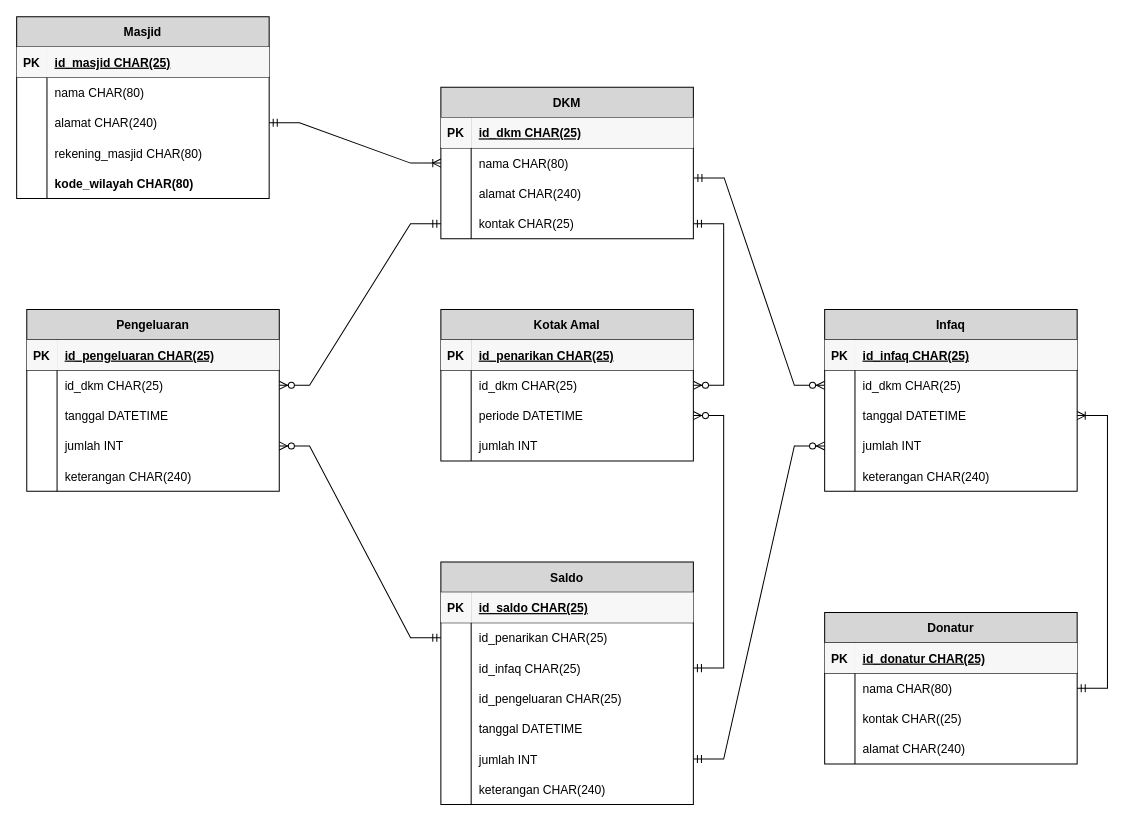
Earlier version of the draw.io diagram pertemuan3/ERD.drawio (rifkymaulana6/IF214002). Source tidied: cells renumbered, new cells numbered last; positions are measured from the earlier drawing's top-left corner, leaving out a move shared by most shapes. Both pictures are drawn from the tidied source at 101%, with x=0, y=0 at pixel (16, 16).
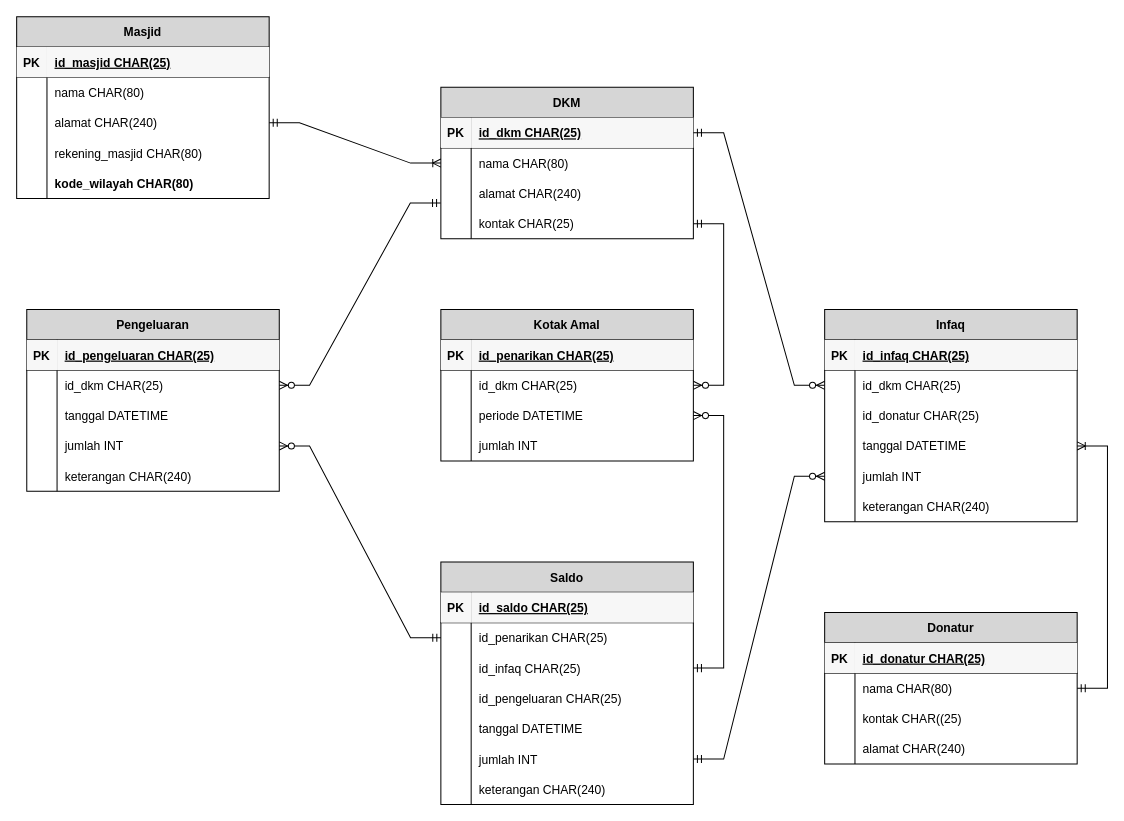
The same page after the edit.

The change refers to these unchanged cells:
```xml
<mxCell id="19" style="shape=partialRectangle;fillColor=none;points=[[0,0.5],[1,0.5]];portConstraint=eastwest;top=0;left=0;right=0;bottom=1;" parent="18" vertex="1">
  <mxGeometry y="30" width="250" height="30" as="geometry" />
</mxCell>
<mxCell id="25" style="shape=partialRectangle;fillColor=none;points=[[0,0.5],[1,0.5]];portConstraint=eastwest;top=0;left=0;right=0;bottom=0;" parent="18" vertex="1">
  <mxGeometry y="90" width="250" height="30" as="geometry" />
</mxCell>
<mxCell id="28" style="shape=partialRectangle;fillColor=none;points=[[0,0.5],[1,0.5]];portConstraint=eastwest;top=0;left=0;right=0;bottom=0;" parent="18" vertex="1">
  <mxGeometry y="120" width="250" height="30" as="geometry" />
</mxCell>
<mxCell id="50" style="shape=partialRectangle;fillColor=none;points=[[0,0.5],[1,0.5]];portConstraint=eastwest;top=0;left=0;right=0;bottom=0;" parent="46" vertex="1">
  <mxGeometry y="60" width="250" height="30" as="geometry" />
</mxCell>
<mxCell id="81" style="shape=partialRectangle;fillColor=none;points=[[0,0.5],[1,0.5]];portConstraint=eastwest;top=0;left=0;right=0;bottom=0;" parent="77" vertex="1">
  <mxGeometry y="60" width="250" height="30" as="geometry" />
</mxCell>
```

The edit, as a diff of the source:
```diff
@@
-    <mxCell id="45" style="edgeStyle=entityRelationEdgeStyle;fontSize=12;html=1;endArrow=ERzeroToMany;startArrow=ERmandOne;rounded=0;exitX=1.002;exitY=-0.011;exitDx=0;exitDy=0;exitPerimeter=0;entryX=0;entryY=0.5;entryDx=0;entryDy=0;" parent="1" edge="1" source="25" target="50">
+    <mxCell id="45" style="edgeStyle=entityRelationEdgeStyle;fontSize=12;html=1;endArrow=ERzeroToMany;startArrow=ERmandOne;rounded=0;entryX=0;entryY=0.5;entryDx=0;entryDy=0;exitX=1;exitY=0.5;exitDx=0;exitDy=0;" parent="1" edge="1" source="19" target="50">
       <mxGeometry relative="1" as="geometry" />
     </mxCell>
     <mxCell id="46" value="Infaq" style="shape=table;startSize=30;childLayout=tableLayout;rowLines=0;fontStyle=1;align=center;fillColor=#D6D6D6;" parent="1" vertex="1">
-      <mxGeometry x="800" y="290" width="250" height="180" as="geometry" />
+      <mxGeometry x="800" y="290" width="250" height="210" as="geometry" />
     </mxCell>
@@
+    <mxCell id="119" style="shape=partialRectangle;fillColor=none;top=0;left=0;right=0;bottom=0;" parent="46" vertex="1">
+      <mxGeometry y="90" width="250" height="30" as="geometry" />
+    </mxCell>
+    <mxCell id="120" style="shape=partialRectangle;overflow=hidden;fillColor=none;top=0;left=0;bottom=0;right=0;" parent="119" vertex="1">
+      <mxGeometry width="30" height="30" as="geometry" />
+    </mxCell>
+    <mxCell id="121" value="id_donatur CHAR(25)" style="shape=partialRectangle;overflow=hidden;fillColor=none;top=0;left=0;bottom=0;right=0;align=left;spacingLeft=6;" parent="119" vertex="1">
+      <mxGeometry x="30" width="220" height="30" as="geometry" />
+    </mxCell>
     <mxCell id="53" style="shape=partialRectangle;fillColor=none;points=[[0,0.5],[1,0.5]];portConstraint=eastwest;top=0;left=0;right=0;bottom=0;" parent="46" vertex="1">
-      <mxGeometry y="90" width="250" height="30" as="geometry" />
+      <mxGeometry y="120" width="250" height="30" as="geometry" />
     </mxCell>
@@
     <mxCell id="56" style="shape=partialRectangle;fillColor=none;points=[[0,0.5],[1,0.5]];portConstraint=eastwest;top=0;left=0;right=0;bottom=0;" parent="46" vertex="1">
-      <mxGeometry y="120" width="250" height="30" as="geometry" />
+      <mxGeometry y="150" width="250" height="30" as="geometry" />
     </mxCell>
@@
     <mxCell id="59" style="shape=partialRectangle;fillColor=none;top=0;left=0;right=0;bottom=0;" parent="46" vertex="1">
-      <mxGeometry y="150" width="250" height="30" as="geometry" />
+      <mxGeometry y="180" width="250" height="30" as="geometry" />
     </mxCell>
@@
-    <mxCell id="93" style="edgeStyle=entityRelationEdgeStyle;fontSize=12;html=1;endArrow=ERzeroToMany;startArrow=ERmandOne;rounded=0;entryX=1;entryY=0.5;entryDx=0;entryDy=0;exitX=0;exitY=0.5;exitDx=0;exitDy=0;" parent="1" edge="1" source="28" target="81">
+    <mxCell id="93" style="edgeStyle=entityRelationEdgeStyle;fontSize=12;html=1;endArrow=ERzeroToMany;startArrow=ERmandOne;rounded=0;entryX=1;entryY=0.5;entryDx=0;entryDy=0;exitX=-0.001;exitY=-0.186;exitDx=0;exitDy=0;exitPerimeter=0;" parent="1" edge="1" source="28" target="81">
       <mxGeometry relative="1" as="geometry" />
     </mxCell>
```
